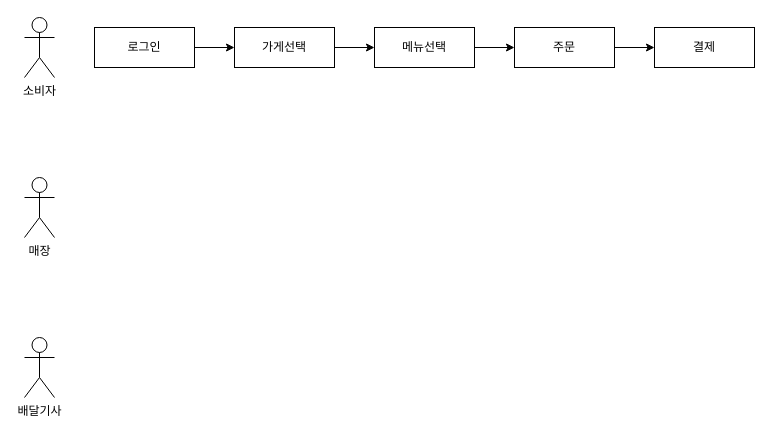
kimsintae/D_Delivery keeps this draw.io diagram as 서비스기획.drawio. Above is the earlier version. Source tidied: cells renumbered, new cells numbered last; positions are measured from the earlier drawing's top-left corner, leaving out a move shared by most shapes. Both pictures are drawn from the tidied source at 100%, with x=0, y=0 at pixel (24, 17).
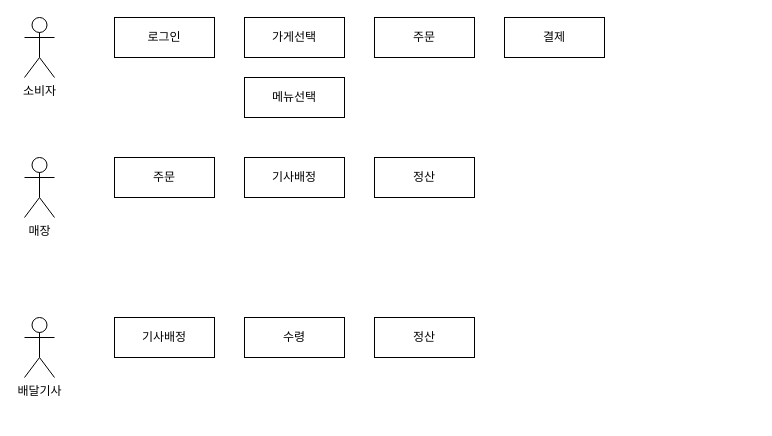
After the change.

Commit message (it also covers changes not shown here):
서비스기획.drawio 업데이트

Change to the diagram source:
```diff
@@
 <mxGraphModel>
   <root>
     <mxCell id="0" />
     <mxCell id="1" parent="0" />
     <mxCell id="2" value="소비자" style="shape=umlActor;verticalLabelPosition=bottom;verticalAlign=top;html=1;" parent="1" vertex="1">
       <mxGeometry width="30" height="60" as="geometry" />
     </mxCell>
     <mxCell id="3" value="매장" style="shape=umlActor;verticalLabelPosition=bottom;verticalAlign=top;html=1;" parent="1" vertex="1">
-      <mxGeometry y="160" width="30" height="60" as="geometry" />
+      <mxGeometry y="140" width="30" height="60" as="geometry" />
     </mxCell>
     <mxCell id="4" value="배달기사" style="shape=umlActor;verticalLabelPosition=bottom;verticalAlign=top;html=1;" parent="1" vertex="1">
-      <mxGeometry y="320" width="30" height="60" as="geometry" />
+      <mxGeometry y="300" width="30" height="60" as="geometry" />
     </mxCell>
     <mxCell id="5" value="주문" style="rounded=0;whiteSpace=wrap;html=1;" parent="1" vertex="1">
-      <mxGeometry x="490" y="10" width="100" height="40" as="geometry" />
+      <mxGeometry x="350" width="100" height="40" as="geometry" />
     </mxCell>
     <mxCell id="6" value="가게선택" style="rounded=0;whiteSpace=wrap;html=1;" parent="1" vertex="1">
-      <mxGeometry x="210" y="10" width="100" height="40" as="geometry" />
+      <mxGeometry x="220" width="100" height="40" as="geometry" />
     </mxCell>
     <mxCell id="7" value="메뉴선택" style="rounded=0;whiteSpace=wrap;html=1;" parent="1" vertex="1">
-      <mxGeometry x="350" y="10" width="100" height="40" as="geometry" />
+      <mxGeometry x="220" y="60" width="100" height="40" as="geometry" />
     </mxCell>
-    <mxCell id="8" style="endArrow=classic;html=1;rounded=0;entryX=0;entryY=0.5;entryDx=0;entryDy=0;exitX=1;exitY=0.5;exitDx=0;exitDy=0;" parent="1" edge="1">
-      <mxGeometry relative="1" as="geometry">
-        <mxPoint x="450" y="30" as="sourcePoint" />
-        <mxPoint x="490" y="30" as="targetPoint" />
-      </mxGeometry>
-    </mxCell>
-    <mxCell id="9" style="endArrow=classic;html=1;rounded=0;entryX=0;entryY=0.5;entryDx=0;entryDy=0;exitX=1;exitY=0.5;exitDx=0;exitDy=0;" parent="1" edge="1" source="6" target="7">
-      <mxGeometry relative="1" as="geometry" />
-    </mxCell>
     <mxCell id="10" value="결제" style="rounded=0;whiteSpace=wrap;html=1;" parent="1" vertex="1">
-      <mxGeometry x="630" y="10" width="100" height="40" as="geometry" />
+      <mxGeometry x="480" width="100" height="40" as="geometry" />
     </mxCell>
-    <mxCell id="11" style="endArrow=classic;html=1;rounded=0;entryX=0;entryY=0.5;entryDx=0;entryDy=0;exitX=1;exitY=0.5;exitDx=0;exitDy=0;" parent="1" edge="1" source="5" target="10">
-      <mxGeometry relative="1" as="geometry" />
-    </mxCell>
     <mxCell id="12" value="로그인" style="rounded=0;whiteSpace=wrap;html=1;" parent="1" vertex="1">
-      <mxGeometry x="70" y="10" width="100" height="40" as="geometry" />
+      <mxGeometry x="90" width="100" height="40" as="geometry" />
     </mxCell>
-    <mxCell id="13" style="endArrow=classic;html=1;rounded=0;exitX=1;exitY=0.5;exitDx=0;exitDy=0;" parent="1" edge="1" source="12">
-      <mxGeometry relative="1" as="geometry">
-        <mxPoint x="210" y="30" as="targetPoint" />
-      </mxGeometry>
-    </mxCell>
+    <mxCell id="14" value="주문" style="rounded=0;whiteSpace=wrap;html=1;" parent="1" vertex="1">
+      <mxGeometry x="90" y="140" width="100" height="40" as="geometry" />
+    </mxCell>
+    <mxCell id="15" value="기사배정" style="rounded=0;whiteSpace=wrap;html=1;" parent="1" vertex="1">
+      <mxGeometry x="220" y="140" width="100" height="40" as="geometry" />
+    </mxCell>
+    <mxCell id="16" value="정산" style="rounded=0;whiteSpace=wrap;html=1;" parent="1" vertex="1">
+      <mxGeometry x="350" y="140" width="100" height="40" as="geometry" />
+    </mxCell>
+    <mxCell id="17" value="기사배정" style="rounded=0;whiteSpace=wrap;html=1;" parent="1" vertex="1">
+      <mxGeometry x="90" y="300" width="100" height="40" as="geometry" />
+    </mxCell>
+    <mxCell id="18" value="수령" style="rounded=0;whiteSpace=wrap;html=1;" parent="1" vertex="1">
+      <mxGeometry x="220" y="300" width="100" height="40" as="geometry" />
+    </mxCell>
+    <mxCell id="19" value="정산" style="rounded=0;whiteSpace=wrap;html=1;" parent="1" vertex="1">
+      <mxGeometry x="350" y="300" width="100" height="40" as="geometry" />
+    </mxCell>
   </root>
 </mxGraphModel>
```
